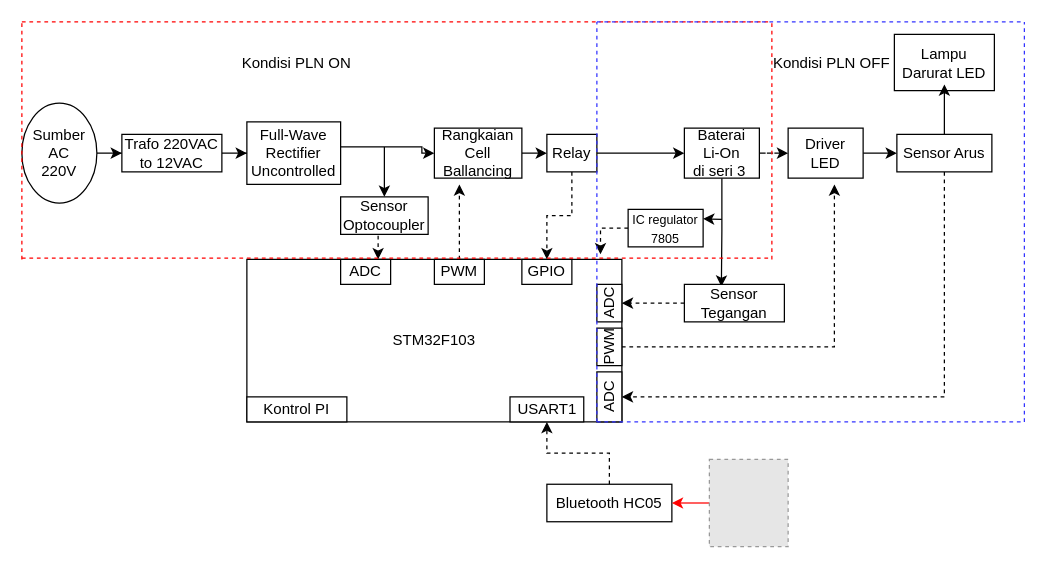
Before: fixblok.drawio in Alfinaatika9/CRUD, a draw.io diagram. Source tidied: cells renumbered, new cells numbered last; positions are measured from the earlier drawing's top-left corner, leaving out a move shared by most shapes. Both pictures are drawn from the tidied source at 125%, with x=0, y=0 at pixel (21, 21). Pictures stored in the file or linked from it are replaced by grey dashed boxes.
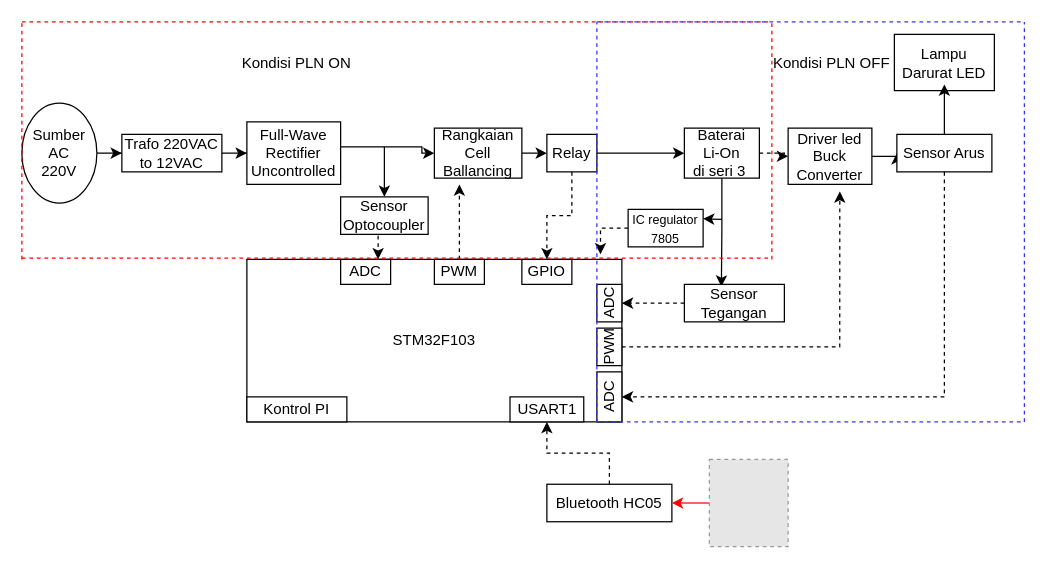
The same diagram, later.

Diff of the diagram source:
```diff
@@
-    <mxCell id="28" value="Driver LED" style="rounded=0;whiteSpace=wrap;html=1;" parent="1" vertex="1">
-      <mxGeometry x="613" y="85" width="60" height="40" as="geometry" />
+    <mxCell id="28" value="Driver led Buck Converter" style="rounded=0;whiteSpace=wrap;html=1;" parent="1" vertex="1">
+      <mxGeometry x="613" y="85" width="67" height="45" as="geometry" />
     </mxCell>
```
